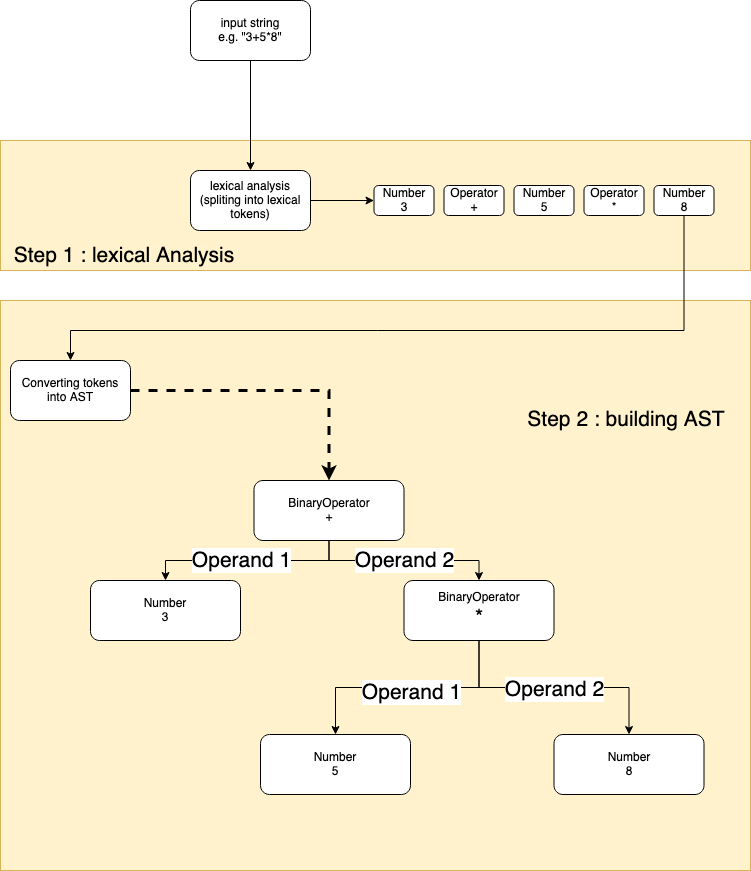
The draw.io diagram diagram.png in oglimmer/math-parser, before a commit. Source tidied: cells renumbered, new cells last; positions are measured from the earlier drawing's top-left corner, leaving out a move shared by most shapes. Source of this version:
```xml
<mxGraphModel>
  <root>
    <mxCell id="0" />
    <mxCell id="1" parent="0" />
    <mxCell id="2" value="&lt;div&gt;&lt;br&gt;&lt;/div&gt;&lt;div&gt;&lt;br&gt;&lt;/div&gt;&lt;div&gt;&lt;br&gt;&lt;/div&gt;&lt;div&gt;&lt;br&gt;&lt;/div&gt;&lt;div&gt;Step 2 : building AST&amp;nbsp;&amp;nbsp;&amp;nbsp;&amp;nbsp; &lt;br&gt;&lt;/div&gt;&lt;div&gt;&lt;br&gt;&lt;/div&gt;" style="rounded=0;whiteSpace=wrap;html=1;fontSize=21;fillColor=#fff2cc;strokeColor=#d6b656;verticalAlign=top;align=right;" parent="1" vertex="1">
      <mxGeometry y="300" width="750" height="570" as="geometry" />
    </mxCell>
    <mxCell id="3" value="&lt;div&gt;&lt;br&gt;&lt;/div&gt;&lt;div&gt;&lt;br&gt;&lt;/div&gt;&lt;div&gt;&lt;br&gt;&lt;/div&gt;&lt;div&gt;&lt;br&gt;&lt;/div&gt;&lt;div&gt;&amp;nbsp; Step 1 : lexical Analysis&lt;br&gt;&lt;/div&gt;" style="rounded=0;whiteSpace=wrap;html=1;fontSize=21;fillColor=#fff2cc;strokeColor=#d6b656;align=left;" parent="1" vertex="1">
      <mxGeometry y="140" width="750" height="130" as="geometry" />
    </mxCell>
    <mxCell id="4" style="edgeStyle=orthogonalEdgeStyle;rounded=0;jettySize=auto;html=1;entryX=0.5;entryY=0;entryDx=0;entryDy=0;" parent="1" edge="1" source="5" target="7">
      <mxGeometry relative="1" as="geometry" />
    </mxCell>
    <mxCell id="5" value="&lt;div&gt;input string&lt;/div&gt;&lt;div&gt;e.g. &quot;3+5*8&quot;&lt;br&gt;&lt;/div&gt;" style="rounded=1;whiteSpace=wrap;html=1;" parent="1" vertex="1">
      <mxGeometry x="190" width="120" height="60" as="geometry" />
    </mxCell>
    <mxCell id="6" style="edgeStyle=orthogonalEdgeStyle;rounded=0;jettySize=auto;html=1;entryX=0;entryY=0.5;entryDx=0;entryDy=0;" parent="1" edge="1" source="7" target="8">
      <mxGeometry relative="1" as="geometry" />
    </mxCell>
    <mxCell id="7" value="&lt;div&gt;lexical analysis&lt;/div&gt;&lt;div&gt;(spliting into lexical tokens)&lt;br&gt;&lt;/div&gt;" style="rounded=1;whiteSpace=wrap;html=1;" parent="1" vertex="1">
      <mxGeometry x="190" y="170" width="120" height="60" as="geometry" />
    </mxCell>
    <mxCell id="8" value="Number&lt;br&gt;&lt;div&gt;3&lt;/div&gt;" style="rounded=1;whiteSpace=wrap;html=1;" parent="1" vertex="1">
      <mxGeometry x="373.5" y="185" width="60" height="30" as="geometry" />
    </mxCell>
    <mxCell id="9" value="&lt;div&gt;Operator&lt;/div&gt;&lt;div&gt;+&lt;br&gt;&lt;/div&gt;" style="rounded=1;whiteSpace=wrap;html=1;" parent="1" vertex="1">
      <mxGeometry x="443.5" y="185" width="60" height="30" as="geometry" />
    </mxCell>
    <mxCell id="10" value="Number&lt;br&gt;&lt;div&gt;5&lt;br&gt;&lt;/div&gt;" style="rounded=1;whiteSpace=wrap;html=1;" parent="1" vertex="1">
      <mxGeometry x="513.5" y="185" width="60" height="30" as="geometry" />
    </mxCell>
    <mxCell id="11" value="&lt;div&gt;Operator&lt;/div&gt;&lt;div&gt;*&lt;br&gt;&lt;/div&gt;" style="rounded=1;whiteSpace=wrap;html=1;" parent="1" vertex="1">
      <mxGeometry x="583.5" y="185" width="60" height="30" as="geometry" />
    </mxCell>
    <mxCell id="12" style="edgeStyle=orthogonalEdgeStyle;rounded=0;jettySize=auto;html=1;entryX=0.5;entryY=0;entryDx=0;entryDy=0;" parent="1" edge="1" source="13" target="15">
      <mxGeometry relative="1" as="geometry">
        <Array as="points">
          <mxPoint x="684" y="330" />
          <mxPoint x="70" y="330" />
        </Array>
      </mxGeometry>
    </mxCell>
    <mxCell id="13" value="Number&lt;br&gt;&lt;div&gt;8&lt;br&gt;&lt;/div&gt;" style="rounded=1;whiteSpace=wrap;html=1;" parent="1" vertex="1">
      <mxGeometry x="653.5" y="185" width="60" height="30" as="geometry" />
    </mxCell>
    <mxCell id="14" style="edgeStyle=orthogonalEdgeStyle;rounded=0;jettySize=auto;html=1;entryX=0.5;entryY=0;entryDx=0;entryDy=0;fontSize=21;dashed=1;strokeWidth=3;" parent="1" edge="1" source="15" target="26">
      <mxGeometry relative="1" as="geometry" />
    </mxCell>
    <mxCell id="15" value="&lt;div&gt;Converting tokens into AST&lt;br&gt;&lt;/div&gt;" style="rounded=1;whiteSpace=wrap;html=1;" parent="1" vertex="1">
      <mxGeometry x="10" y="360" width="120" height="60" as="geometry" />
    </mxCell>
    <mxCell id="16" style="edgeStyle=orthogonalEdgeStyle;rounded=0;jettySize=auto;html=1;entryX=0.5;entryY=0;entryDx=0;entryDy=0;fontSize=21;" parent="1" edge="1" source="20" target="21">
      <mxGeometry relative="1" as="geometry" />
    </mxCell>
    <mxCell id="17" value="Operand 1" style="edgeLabel;html=1;align=center;verticalAlign=middle;fontSize=21;" parent="16" vertex="1">
      <mxGeometry x="0.21" y="4" relative="1" as="geometry">
        <mxPoint x="28" as="offset" />
      </mxGeometry>
    </mxCell>
    <mxCell id="18" style="edgeStyle=orthogonalEdgeStyle;rounded=0;jettySize=auto;html=1;entryX=0.5;entryY=0;entryDx=0;entryDy=0;fontSize=21;" parent="1" edge="1" source="20" target="22">
      <mxGeometry relative="1" as="geometry" />
    </mxCell>
    <mxCell id="19" value="Operand 2" style="edgeLabel;html=1;align=center;verticalAlign=middle;fontSize=21;" parent="18" vertex="1">
      <mxGeometry x="0.09" y="-1" relative="1" as="geometry">
        <mxPoint x="-12" as="offset" />
      </mxGeometry>
    </mxCell>
    <mxCell id="20" value="&lt;div&gt;BinaryOperator&lt;/div&gt;&lt;div&gt;&lt;font style=&quot;font-size: 21px&quot;&gt;*&lt;/font&gt;&lt;br&gt;&lt;/div&gt;" style="rounded=1;whiteSpace=wrap;html=1;" parent="1" vertex="1">
      <mxGeometry x="403.5" y="580" width="150" height="60" as="geometry" />
    </mxCell>
    <mxCell id="21" value="&lt;div&gt;Number&lt;/div&gt;&lt;div&gt;5&lt;br&gt;&lt;/div&gt;" style="rounded=1;whiteSpace=wrap;html=1;" parent="1" vertex="1">
      <mxGeometry x="260" y="734" width="150" height="60" as="geometry" />
    </mxCell>
    <mxCell id="22" value="&lt;div&gt;Number&lt;/div&gt;&lt;div&gt;8&lt;br&gt;&lt;/div&gt;" style="rounded=1;whiteSpace=wrap;html=1;" parent="1" vertex="1">
      <mxGeometry x="553.5" y="734" width="150" height="60" as="geometry" />
    </mxCell>
    <mxCell id="23" style="edgeStyle=orthogonalEdgeStyle;rounded=0;jettySize=auto;html=1;entryX=0.5;entryY=0;entryDx=0;entryDy=0;fontSize=21;" parent="1" edge="1" source="26" target="27">
      <mxGeometry relative="1" as="geometry">
        <Array as="points">
          <mxPoint x="329" y="560" />
          <mxPoint x="165" y="560" />
        </Array>
      </mxGeometry>
    </mxCell>
    <mxCell id="24" value="Operand 1" style="edgeLabel;html=1;align=center;verticalAlign=middle;fontSize=21;" parent="23" vertex="1">
      <mxGeometry x="0.39" y="-1" relative="1" as="geometry">
        <mxPoint x="34" as="offset" />
      </mxGeometry>
    </mxCell>
    <mxCell id="25" value="Operand 2" style="edgeStyle=orthogonalEdgeStyle;rounded=0;jettySize=auto;html=1;entryX=0.5;entryY=0;entryDx=0;entryDy=0;fontSize=21;" parent="1" edge="1" source="26" target="20">
      <mxGeometry relative="1" as="geometry" />
    </mxCell>
    <mxCell id="26" value="&lt;div&gt;BinaryOperator&lt;/div&gt;&lt;div&gt;+&lt;br&gt;&lt;/div&gt;" style="rounded=1;whiteSpace=wrap;html=1;" parent="1" vertex="1">
      <mxGeometry x="253.5" y="480" width="150" height="60" as="geometry" />
    </mxCell>
    <mxCell id="27" value="&lt;div&gt;Number&lt;/div&gt;&lt;div&gt;3&lt;br&gt;&lt;/div&gt;" style="rounded=1;whiteSpace=wrap;html=1;" parent="1" vertex="1">
      <mxGeometry x="90" y="580" width="150" height="60" as="geometry" />
    </mxCell>
  </root>
</mxGraphModel>
```
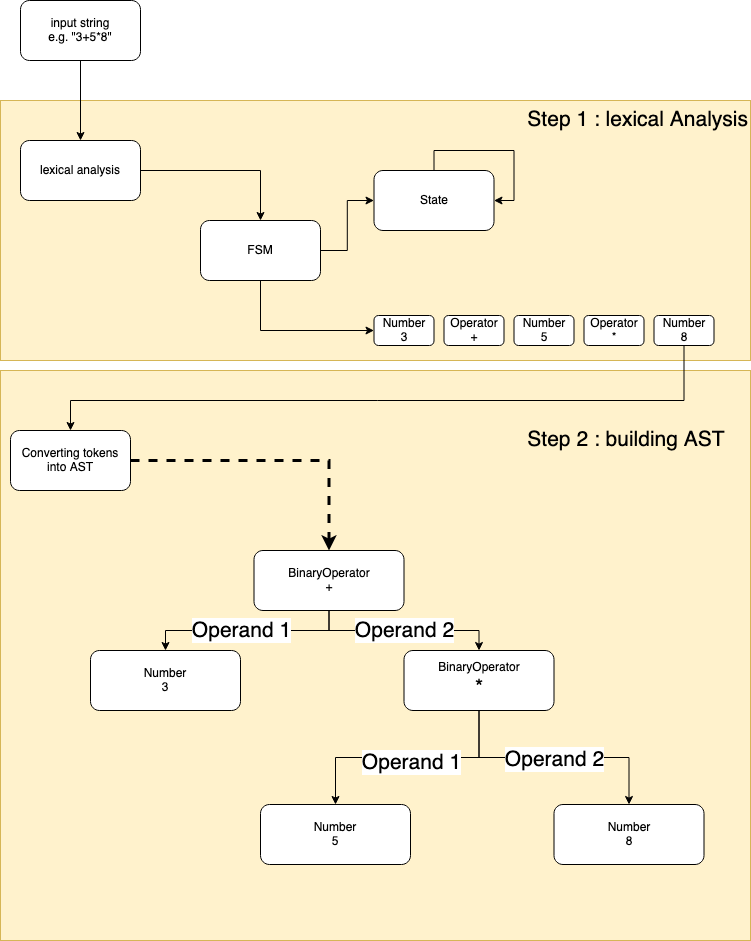
Later version of the same file.

What changed in the source:
```diff
@@ -2,52 +2,52 @@
   <root>
     <mxCell id="0" />
     <mxCell id="1" parent="0" />
+    <mxCell id="3" value="&lt;div&gt;&amp;nbsp; Step 1 : lexical Analysis&lt;br&gt;&lt;/div&gt;" style="rounded=0;whiteSpace=wrap;html=1;fontSize=21;fillColor=#fff2cc;strokeColor=#d6b656;align=right;verticalAlign=top;" parent="1" vertex="1">
+      <mxGeometry x="-11" y="90" width="750" height="260" as="geometry" />
+    </mxCell>
-    <mxCell id="2" value="&lt;div&gt;&lt;br&gt;&lt;/div&gt;&lt;div&gt;&lt;br&gt;&lt;/div&gt;&lt;div&gt;&lt;br&gt;&lt;/div&gt;&lt;div&gt;&lt;br&gt;&lt;/div&gt;&lt;div&gt;Step 2 : building AST&amp;nbsp;&amp;nbsp;&amp;nbsp;&amp;nbsp; &lt;br&gt;&lt;/div&gt;&lt;div&gt;&lt;br&gt;&lt;/div&gt;" style="rounded=0;whiteSpace=wrap;html=1;fontSize=21;fillColor=#fff2cc;strokeColor=#d6b656;verticalAlign=top;align=right;" parent="1" vertex="1">
-      <mxGeometry y="300" width="750" height="570" as="geometry" />
+    <mxCell id="2" value="&lt;div&gt;&lt;br&gt;&lt;/div&gt;&lt;div&gt;&lt;br&gt;&lt;/div&gt;&lt;div&gt;Step 2 : building AST&amp;nbsp;&amp;nbsp;&amp;nbsp;&amp;nbsp; &lt;br&gt;&lt;/div&gt;&lt;div&gt;&lt;br&gt;&lt;/div&gt;" style="rounded=0;whiteSpace=wrap;html=1;fontSize=21;fillColor=#fff2cc;strokeColor=#d6b656;verticalAlign=top;align=right;" parent="1" vertex="1">
+      <mxGeometry x="-11" y="360" width="750" height="570" as="geometry" />
     </mxCell>
-    <mxCell id="3" value="&lt;div&gt;&lt;br&gt;&lt;/div&gt;&lt;div&gt;&lt;br&gt;&lt;/div&gt;&lt;div&gt;&lt;br&gt;&lt;/div&gt;&lt;div&gt;&lt;br&gt;&lt;/div&gt;&lt;div&gt;&amp;nbsp; Step 1 : lexical Analysis&lt;br&gt;&lt;/div&gt;" style="rounded=0;whiteSpace=wrap;html=1;fontSize=21;fillColor=#fff2cc;strokeColor=#d6b656;align=left;" parent="1" vertex="1">
-      <mxGeometry y="140" width="750" height="130" as="geometry" />
-    </mxCell>
     <mxCell id="4" style="edgeStyle=orthogonalEdgeStyle;rounded=0;jettySize=auto;html=1;entryX=0.5;entryY=0;entryDx=0;entryDy=0;" parent="1" edge="1" source="5" target="7">
       <mxGeometry relative="1" as="geometry" />
     </mxCell>
     <mxCell id="5" value="&lt;div&gt;input string&lt;/div&gt;&lt;div&gt;e.g. &quot;3+5*8&quot;&lt;br&gt;&lt;/div&gt;" style="rounded=1;whiteSpace=wrap;html=1;" parent="1" vertex="1">
-      <mxGeometry x="190" width="120" height="60" as="geometry" />
+      <mxGeometry x="9" y="-10" width="120" height="60" as="geometry" />
     </mxCell>
-    <mxCell id="6" style="edgeStyle=orthogonalEdgeStyle;rounded=0;jettySize=auto;html=1;entryX=0;entryY=0.5;entryDx=0;entryDy=0;" parent="1" edge="1" source="7" target="8">
+    <mxCell id="6" style="edgeStyle=orthogonalEdgeStyle;rounded=0;jettySize=auto;html=1;entryX=0.5;entryY=0;entryDx=0;entryDy=0;" parent="1" edge="1" source="7" target="30">
       <mxGeometry relative="1" as="geometry" />
     </mxCell>
-    <mxCell id="7" value="&lt;div&gt;lexical analysis&lt;/div&gt;&lt;div&gt;(spliting into lexical tokens)&lt;br&gt;&lt;/div&gt;" style="rounded=1;whiteSpace=wrap;html=1;" parent="1" vertex="1">
-      <mxGeometry x="190" y="170" width="120" height="60" as="geometry" />
+    <mxCell id="7" value="&lt;div&gt;lexical analysis&lt;/div&gt;" style="rounded=1;whiteSpace=wrap;html=1;" parent="1" vertex="1">
+      <mxGeometry x="9" y="130" width="120" height="60" as="geometry" />
     </mxCell>
     <mxCell id="8" value="Number&lt;br&gt;&lt;div&gt;3&lt;/div&gt;" style="rounded=1;whiteSpace=wrap;html=1;" parent="1" vertex="1">
-      <mxGeometry x="373.5" y="185" width="60" height="30" as="geometry" />
+      <mxGeometry x="362.5" y="305" width="60" height="30" as="geometry" />
     </mxCell>
     <mxCell id="9" value="&lt;div&gt;Operator&lt;/div&gt;&lt;div&gt;+&lt;br&gt;&lt;/div&gt;" style="rounded=1;whiteSpace=wrap;html=1;" parent="1" vertex="1">
-      <mxGeometry x="443.5" y="185" width="60" height="30" as="geometry" />
+      <mxGeometry x="432.5" y="305" width="60" height="30" as="geometry" />
     </mxCell>
     <mxCell id="10" value="Number&lt;br&gt;&lt;div&gt;5&lt;br&gt;&lt;/div&gt;" style="rounded=1;whiteSpace=wrap;html=1;" parent="1" vertex="1">
-      <mxGeometry x="513.5" y="185" width="60" height="30" as="geometry" />
+      <mxGeometry x="502.5" y="305" width="60" height="30" as="geometry" />
     </mxCell>
     <mxCell id="11" value="&lt;div&gt;Operator&lt;/div&gt;&lt;div&gt;*&lt;br&gt;&lt;/div&gt;" style="rounded=1;whiteSpace=wrap;html=1;" parent="1" vertex="1">
-      <mxGeometry x="583.5" y="185" width="60" height="30" as="geometry" />
+      <mxGeometry x="572.5" y="305" width="60" height="30" as="geometry" />
     </mxCell>
     <mxCell id="12" style="edgeStyle=orthogonalEdgeStyle;rounded=0;jettySize=auto;html=1;entryX=0.5;entryY=0;entryDx=0;entryDy=0;" parent="1" edge="1" source="13" target="15">
       <mxGeometry relative="1" as="geometry">
         <Array as="points">
-          <mxPoint x="684" y="330" />
-          <mxPoint x="70" y="330" />
+          <mxPoint x="673" y="390" />
+          <mxPoint x="59" y="390" />
         </Array>
       </mxGeometry>
     </mxCell>
     <mxCell id="13" value="Number&lt;br&gt;&lt;div&gt;8&lt;br&gt;&lt;/div&gt;" style="rounded=1;whiteSpace=wrap;html=1;" parent="1" vertex="1">
-      <mxGeometry x="653.5" y="185" width="60" height="30" as="geometry" />
+      <mxGeometry x="642.5" y="305" width="60" height="30" as="geometry" />
     </mxCell>
     <mxCell id="14" style="edgeStyle=orthogonalEdgeStyle;rounded=0;jettySize=auto;html=1;entryX=0.5;entryY=0;entryDx=0;entryDy=0;fontSize=21;dashed=1;strokeWidth=3;" parent="1" edge="1" source="15" target="26">
       <mxGeometry relative="1" as="geometry" />
     </mxCell>
     <mxCell id="15" value="&lt;div&gt;Converting tokens into AST&lt;br&gt;&lt;/div&gt;" style="rounded=1;whiteSpace=wrap;html=1;" parent="1" vertex="1">
-      <mxGeometry x="10" y="360" width="120" height="60" as="geometry" />
+      <mxGeometry x="-1" y="420" width="120" height="60" as="geometry" />
     </mxCell>
     <mxCell id="16" style="edgeStyle=orthogonalEdgeStyle;rounded=0;jettySize=auto;html=1;entryX=0.5;entryY=0;entryDx=0;entryDy=0;fontSize=21;" parent="1" edge="1" source="20" target="21">
       <mxGeometry relative="1" as="geometry" />
@@ -66,19 +66,19 @@
       </mxGeometry>
     </mxCell>
     <mxCell id="20" value="&lt;div&gt;BinaryOperator&lt;/div&gt;&lt;div&gt;&lt;font style=&quot;font-size: 21px&quot;&gt;*&lt;/font&gt;&lt;br&gt;&lt;/div&gt;" style="rounded=1;whiteSpace=wrap;html=1;" parent="1" vertex="1">
-      <mxGeometry x="403.5" y="580" width="150" height="60" as="geometry" />
+      <mxGeometry x="392.5" y="640" width="150" height="60" as="geometry" />
     </mxCell>
     <mxCell id="21" value="&lt;div&gt;Number&lt;/div&gt;&lt;div&gt;5&lt;br&gt;&lt;/div&gt;" style="rounded=1;whiteSpace=wrap;html=1;" parent="1" vertex="1">
-      <mxGeometry x="260" y="734" width="150" height="60" as="geometry" />
+      <mxGeometry x="249" y="794" width="150" height="60" as="geometry" />
     </mxCell>
     <mxCell id="22" value="&lt;div&gt;Number&lt;/div&gt;&lt;div&gt;8&lt;br&gt;&lt;/div&gt;" style="rounded=1;whiteSpace=wrap;html=1;" parent="1" vertex="1">
-      <mxGeometry x="553.5" y="734" width="150" height="60" as="geometry" />
+      <mxGeometry x="542.5" y="794" width="150" height="60" as="geometry" />
     </mxCell>
     <mxCell id="23" style="edgeStyle=orthogonalEdgeStyle;rounded=0;jettySize=auto;html=1;entryX=0.5;entryY=0;entryDx=0;entryDy=0;fontSize=21;" parent="1" edge="1" source="26" target="27">
       <mxGeometry relative="1" as="geometry">
         <Array as="points">
-          <mxPoint x="329" y="560" />
-          <mxPoint x="165" y="560" />
+          <mxPoint x="318" y="620" />
+          <mxPoint x="154" y="620" />
         </Array>
       </mxGeometry>
     </mxCell>
@@ -91,10 +91,29 @@
       <mxGeometry relative="1" as="geometry" />
     </mxCell>
     <mxCell id="26" value="&lt;div&gt;BinaryOperator&lt;/div&gt;&lt;div&gt;+&lt;br&gt;&lt;/div&gt;" style="rounded=1;whiteSpace=wrap;html=1;" parent="1" vertex="1">
-      <mxGeometry x="253.5" y="480" width="150" height="60" as="geometry" />
+      <mxGeometry x="242.5" y="540" width="150" height="60" as="geometry" />
     </mxCell>
     <mxCell id="27" value="&lt;div&gt;Number&lt;/div&gt;&lt;div&gt;3&lt;br&gt;&lt;/div&gt;" style="rounded=1;whiteSpace=wrap;html=1;" parent="1" vertex="1">
-      <mxGeometry x="90" y="580" width="150" height="60" as="geometry" />
+      <mxGeometry x="79" y="640" width="150" height="60" as="geometry" />
     </mxCell>
+    <mxCell id="28" style="edgeStyle=orthogonalEdgeStyle;rounded=0;jettySize=auto;html=1;entryX=0;entryY=0.5;entryDx=0;entryDy=0;" parent="1" edge="1" source="30" target="31">
+      <mxGeometry relative="1" as="geometry" />
+    </mxCell>
+    <mxCell id="29" style="edgeStyle=orthogonalEdgeStyle;rounded=0;jettySize=auto;html=1;entryX=0;entryY=0.5;entryDx=0;entryDy=0;" parent="1" edge="1" source="30" target="8">
+      <mxGeometry relative="1" as="geometry">
+        <Array as="points">
+          <mxPoint x="249" y="320" />
+        </Array>
+      </mxGeometry>
+    </mxCell>
+    <mxCell id="30" value="FSM" style="rounded=1;whiteSpace=wrap;html=1;" parent="1" vertex="1">
+      <mxGeometry x="189" y="210" width="120" height="60" as="geometry" />
+    </mxCell>
+    <mxCell id="31" value="State" style="rounded=1;whiteSpace=wrap;html=1;" parent="1" vertex="1">
+      <mxGeometry x="362.5" y="160" width="120" height="60" as="geometry" />
+    </mxCell>
+    <mxCell id="32" style="edgeStyle=orthogonalEdgeStyle;rounded=0;orthogonalLoop=1;jettySize=auto;html=1;entryX=1;entryY=0.5;entryDx=0;entryDy=0;" parent="1" edge="1" source="31" target="31">
+      <mxGeometry relative="1" as="geometry" />
+    </mxCell>
   </root>
 </mxGraphModel>
```
